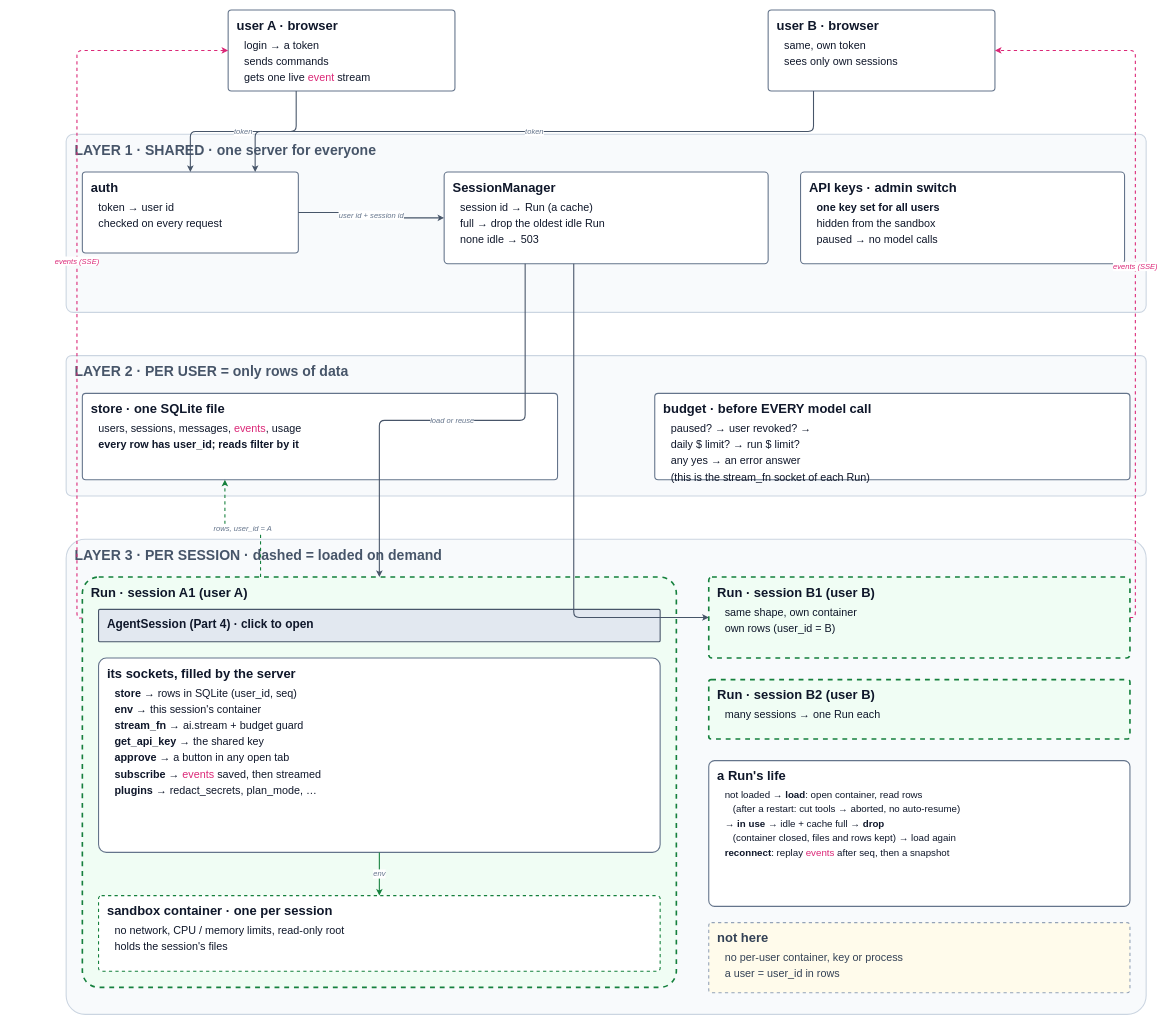
The draw.io diagram page "5 · Server: sessions for many users" (7 of 7) of docs/guidebook/img/architecture.drawio in danhugo/simp-agent, before the edit. Source tidied: cells renumbered, new cells numbered last; positions are measured from the earlier drawing's top-left corner, leaving out a move shared by most shapes. Both pictures are drawn from the tidied source at 54%, with x=0, y=0 at pixel (66, 10).
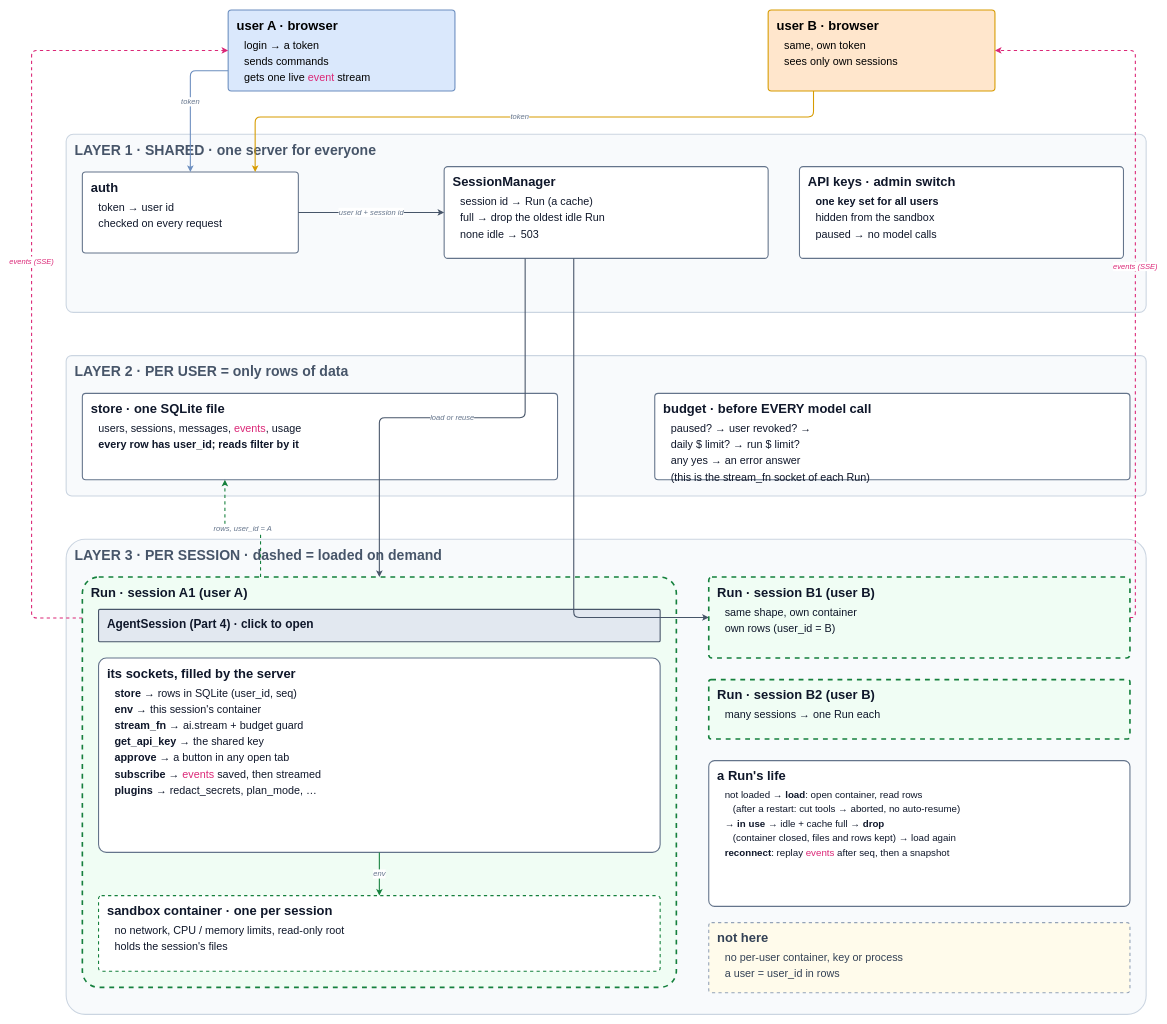
Above is the later version.

The change refers to these unchanged cells:
```xml
<mxCell id="5" value="&lt;b style=&quot;font-size:24px&quot;&gt;auth&lt;/b&gt;&lt;div style=&quot;font-size:20px;line-height:1.5;margin-top:6px;padding-left:14px&quot;&gt;token → user id&lt;br&gt;checked on every request&lt;/div&gt;" style="whiteSpace=wrap;html=1;align=left;verticalAlign=top;spacingLeft=14;spacingTop=8;rounded=1;arcSize=4;fillColor=#ffffff;strokeColor=#64748b;strokeWidth=2;fontColor=#0f172a;" parent="1" vertex="1">
  <mxGeometry x="30" y="300" width="400" height="150" as="geometry" />
</mxCell>
<mxCell id="12" value="&lt;b style=&quot;font-size:24px&quot;&gt;Run · session A1 (user A)&lt;/b&gt;&lt;div style=&quot;font-size:16px;line-height:1.5;margin-top:6px;padding-left:14px&quot;&gt;&lt;/div&gt;" style="whiteSpace=wrap;html=1;align=left;verticalAlign=top;spacingLeft=14;spacingTop=8;rounded=1;arcSize=4;fillColor=#f0fdf4;strokeColor=#15803d;strokeWidth=3;dashed=1;fontColor=#0f172a;" parent="1" vertex="1">
  <mxGeometry x="30" y="1050" width="1100" height="760" as="geometry" />
</mxCell>
```

Diff of the diagram source:
```diff
@@
-    <mxCell id="2" value="&lt;b style=&quot;font-size:24px&quot;&gt;user A · browser&lt;/b&gt;&lt;div style=&quot;font-size:20px;line-height:1.5;margin-top:6px;padding-left:14px&quot;&gt;login → a token&lt;br&gt;sends commands&lt;br&gt;gets one live &lt;span style=&quot;color:#db2777&quot;&gt;event&lt;/span&gt; stream&lt;/div&gt;" style="whiteSpace=wrap;html=1;align=left;verticalAlign=top;spacingLeft=14;spacingTop=8;rounded=1;arcSize=4;fillColor=#ffffff;strokeColor=#64748b;strokeWidth=2;fontColor=#0f172a;" parent="1" vertex="1">
+    <mxCell id="2" value="&lt;b style=&quot;font-size:24px&quot;&gt;user A · browser&lt;/b&gt;&lt;div style=&quot;font-size:20px;line-height:1.5;margin-top:6px;padding-left:14px&quot;&gt;login → a token&lt;br&gt;sends commands&lt;br&gt;gets one live &lt;span style=&quot;color:#db2777&quot;&gt;event&lt;/span&gt; stream&lt;/div&gt;" style="whiteSpace=wrap;html=1;align=left;verticalAlign=top;spacingLeft=14;spacingTop=8;rounded=1;arcSize=4;fillColor=#dae8fc;strokeColor=#6c8ebf;strokeWidth=2;" parent="1" vertex="1">
       <mxGeometry x="300" width="420" height="150" as="geometry" />
     </mxCell>
-    <mxCell id="3" value="&lt;b style=&quot;font-size:24px&quot;&gt;user B · browser&lt;/b&gt;&lt;div style=&quot;font-size:20px;line-height:1.5;margin-top:6px;padding-left:14px&quot;&gt;same, own token&lt;br&gt;sees only own sessions&lt;/div&gt;" style="whiteSpace=wrap;html=1;align=left;verticalAlign=top;spacingLeft=14;spacingTop=8;rounded=1;arcSize=4;fillColor=#ffffff;strokeColor=#64748b;strokeWidth=2;fontColor=#0f172a;" parent="1" vertex="1">
+    <mxCell id="3" value="&lt;b style=&quot;font-size:24px&quot;&gt;user B · browser&lt;/b&gt;&lt;div style=&quot;font-size:20px;line-height:1.5;margin-top:6px;padding-left:14px&quot;&gt;same, own token&lt;br&gt;sees only own sessions&lt;/div&gt;" style="whiteSpace=wrap;html=1;align=left;verticalAlign=top;spacingLeft=14;spacingTop=8;rounded=1;arcSize=4;fillColor=#ffe6cc;strokeColor=#d79b00;strokeWidth=2;" parent="1" vertex="1">
       <mxGeometry x="1300" width="420" height="150" as="geometry" />
     </mxCell>
@@
     <mxCell id="6" value="&lt;b style=&quot;font-size:24px&quot;&gt;SessionManager&lt;/b&gt;&lt;div style=&quot;font-size:20px;line-height:1.5;margin-top:6px;padding-left:14px&quot;&gt;session id → Run (a cache)&lt;br&gt;full → drop the oldest idle Run&lt;br&gt;none idle → 503&lt;/div&gt;" style="whiteSpace=wrap;html=1;align=left;verticalAlign=top;spacingLeft=14;spacingTop=8;rounded=1;arcSize=4;fillColor=#ffffff;strokeColor=#64748b;strokeWidth=2;fontColor=#0f172a;" parent="1" vertex="1">
-      <mxGeometry x="700" y="300" width="600" height="170" as="geometry" />
+      <mxGeometry x="700" y="290" width="600" height="170" as="geometry" />
     </mxCell>
     <mxCell id="7" value="&lt;b style=&quot;font-size:24px&quot;&gt;API keys · admin switch&lt;/b&gt;&lt;div style=&quot;font-size:20px;line-height:1.5;margin-top:6px;padding-left:14px&quot;&gt;&lt;b&gt;one key set for all users&lt;/b&gt;&lt;br&gt;hidden from the sandbox&lt;br&gt;paused → no model calls&lt;/div&gt;" style="whiteSpace=wrap;html=1;align=left;verticalAlign=top;spacingLeft=14;spacingTop=8;rounded=1;arcSize=4;fillColor=#ffffff;strokeColor=#64748b;strokeWidth=2;fontColor=#0f172a;" parent="1" vertex="1">
-      <mxGeometry x="1360" y="300" width="600" height="170" as="geometry" />
+      <mxGeometry x="1358" y="290" width="600" height="170" as="geometry" />
     </mxCell>
@@
-    <mxCell id="20" value="token" style="edgeStyle=orthogonalEdgeStyle;rounded=1;html=1;fontSize=14;fontStyle=2;fontColor=#64748b;labelBackgroundColor=#ffffff;strokeColor=#475569;strokeWidth=2;exitX=0.3;exitY=1;entryX=0.5;entryY=0;" parent="1" edge="1" source="2" target="5">
-      <mxGeometry relative="1" as="geometry" />
+    <mxCell id="20" value="token" style="edgeStyle=orthogonalEdgeStyle;rounded=1;html=1;fontSize=14;fontStyle=2;fontColor=#64748b;labelBackgroundColor=#ffffff;strokeColor=#6c8ebf;strokeWidth=2;exitX=0;exitY=0.75;entryX=0.5;entryY=0;exitDx=0;exitDy=0;fillColor=#dae8fc;" parent="1" edge="1" source="2" target="5">
+      <mxGeometry x="-0.01" relative="1" as="geometry" />
     </mxCell>
-    <mxCell id="21" value="token" style="edgeStyle=orthogonalEdgeStyle;rounded=1;html=1;fontSize=14;fontStyle=2;fontColor=#64748b;labelBackgroundColor=#ffffff;strokeColor=#475569;strokeWidth=2;exitX=0.2;exitY=1;entryX=0.8;entryY=0;" parent="1" edge="1" source="3" target="5">
-      <mxGeometry relative="1" as="geometry" />
+    <mxCell id="21" value="token" style="edgeStyle=orthogonalEdgeStyle;rounded=1;html=1;fontSize=14;fontStyle=2;fontColor=#64748b;labelBackgroundColor=#ffffff;strokeColor=#d79b00;strokeWidth=2;exitX=0.2;exitY=1;entryX=0.8;entryY=0;fillColor=#ffe6cc;" parent="1" edge="1" source="3" target="5">
+      <mxGeometry relative="1" as="geometry">
+        <Array as="points">
+          <mxPoint x="1384" y="198.2" />
+          <mxPoint x="350" y="198.2" />
+        </Array>
+      </mxGeometry>
     </mxCell>
@@
     <mxCell id="27" value="&lt;span style=&quot;color:#db2777&quot;&gt;events&lt;/span&gt; (&lt;span style=&quot;color:#db2777&quot;&gt;SSE&lt;/span&gt;)" style="edgeStyle=orthogonalEdgeStyle;rounded=1;html=1;fontSize=14;fontStyle=2;labelBackgroundColor=#ffffff;strokeWidth=2;dashed=1;exitX=0;exitY=0.1;entryX=0;entryY=0.5;strokeColor=#db2777;fontColor=#db2777;" parent="1" edge="1" source="12" target="2">
-      <mxGeometry relative="1" as="geometry" />
+      <mxGeometry relative="1" as="geometry">
+        <Array as="points">
+          <mxPoint x="-64" y="1126" />
+          <mxPoint x="-64" y="75" />
+        </Array>
+      </mxGeometry>
     </mxCell>
```
